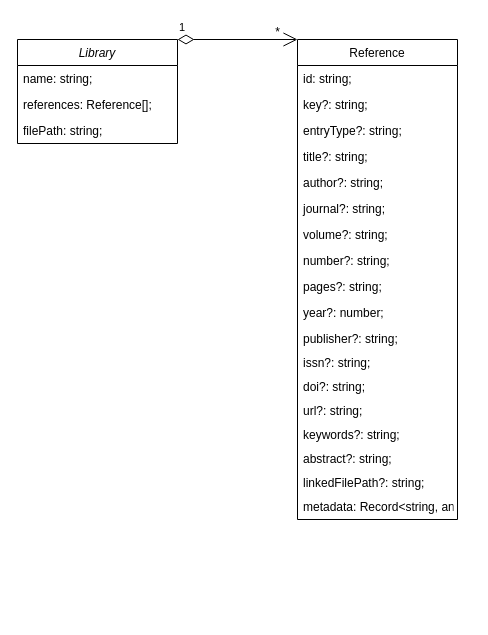
Earlier version of the draw.io diagram doc/UML.drawio (zezosarg/bibliography-manager). Source tidied: cells renumbered, new cells numbered last; positions are measured from the earlier drawing's top-left corner, leaving out a move shared by most shapes. Both pictures are drawn from the tidied source at 100%, with x=0, y=0 at pixel (17, 17).
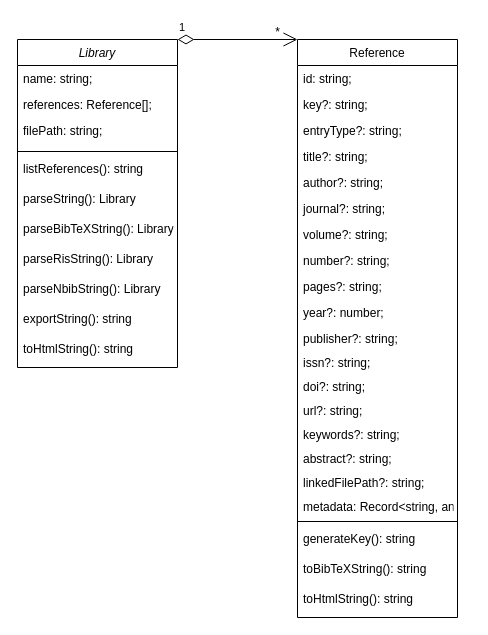
Above is the later version.

The edit, as a diff of the source:
```diff
@@
     <mxCell id="2" value="Library" style="swimlane;fontStyle=2;align=center;verticalAlign=top;horizontal=1;startSize=26;rounded=0;shadow=0;strokeWidth=1;" parent="1" vertex="1">
-      <mxGeometry y="22" width="160" height="104" as="geometry" />
+      <mxGeometry y="22" width="160" height="328" as="geometry" />
     </mxCell>
@@
     <mxCell id="5" value="  filePath: string;&#10;&#10;&#10;&#10;" style="text;align=left;verticalAlign=top;spacingLeft=4;spacingRight=4;overflow=hidden;" parent="2" vertex="1">
-      <mxGeometry y="78" width="160" height="26" as="geometry" />
+      <mxGeometry y="78" width="160" height="30" as="geometry" />
     </mxCell>
+    <mxCell id="27" style="line;strokeWidth=1;fillColor=none;align=left;verticalAlign=middle;spacingTop=-1;spacingLeft=3;spacingRight=3;labelPosition=right;strokeColor=inherit;" parent="2" vertex="1">
+      <mxGeometry y="108" width="160" height="8" as="geometry" />
+    </mxCell>
+    <mxCell id="28" value="listReferences(): string&#10;&#10;&#10;&#10;" style="text;align=left;verticalAlign=top;spacingLeft=4;spacingRight=4;overflow=hidden;" parent="2" vertex="1">
+      <mxGeometry y="116" width="160" height="30" as="geometry" />
+    </mxCell>
+    <mxCell id="29" value="parseString(): Library" style="text;align=left;verticalAlign=top;spacingLeft=4;spacingRight=4;overflow=hidden;" parent="2" vertex="1">
+      <mxGeometry y="146" width="160" height="30" as="geometry" />
+    </mxCell>
+    <mxCell id="30" value="parseBibTeXString(): Library" style="text;align=left;verticalAlign=top;spacingLeft=4;spacingRight=4;overflow=hidden;" parent="2" vertex="1">
+      <mxGeometry y="176" width="160" height="30" as="geometry" />
+    </mxCell>
+    <mxCell id="31" value="parseRisString(): Library" style="text;align=left;verticalAlign=top;spacingLeft=4;spacingRight=4;overflow=hidden;" parent="2" vertex="1">
+      <mxGeometry y="206" width="160" height="30" as="geometry" />
+    </mxCell>
+    <mxCell id="32" value="parseNbibString(): Library" style="text;align=left;verticalAlign=top;spacingLeft=4;spacingRight=4;overflow=hidden;" parent="2" vertex="1">
+      <mxGeometry y="236" width="160" height="30" as="geometry" />
+    </mxCell>
+    <mxCell id="33" value="exportString(): string" style="text;align=left;verticalAlign=top;spacingLeft=4;spacingRight=4;overflow=hidden;" parent="2" vertex="1">
+      <mxGeometry y="266" width="160" height="30" as="geometry" />
+    </mxCell>
+    <mxCell id="34" value="  toHtmlString(): string" style="text;align=left;verticalAlign=top;spacingLeft=4;spacingRight=4;overflow=hidden;" parent="2" vertex="1">
+      <mxGeometry y="296" width="160" height="30" as="geometry" />
+    </mxCell>
     <mxCell id="6" value="Reference" style="swimlane;fontStyle=0;align=center;verticalAlign=top;horizontal=1;startSize=26;rounded=0;shadow=0;strokeWidth=1;" parent="1" vertex="1">
-      <mxGeometry x="280" y="22" width="160" height="480" as="geometry" />
+      <mxGeometry x="280" y="22" width="160" height="578" as="geometry" />
     </mxCell>
@@
+    <mxCell id="35" style="line;strokeWidth=1;fillColor=none;align=left;verticalAlign=middle;spacingTop=-1;spacingLeft=3;spacingRight=3;labelPosition=right;strokeColor=inherit;" parent="6" vertex="1">
+      <mxGeometry y="478" width="160" height="8" as="geometry" />
+    </mxCell>
+    <mxCell id="36" value="generateKey(): string" style="text;align=left;verticalAlign=top;spacingLeft=4;spacingRight=4;overflow=hidden;" parent="6" vertex="1">
+      <mxGeometry y="486" width="160" height="30" as="geometry" />
+    </mxCell>
+    <mxCell id="37" value="toBibTeXString(): string" style="text;align=left;verticalAlign=top;spacingLeft=4;spacingRight=4;overflow=hidden;" parent="6" vertex="1">
+      <mxGeometry y="516" width="160" height="30" as="geometry" />
+    </mxCell>
+    <mxCell id="38" value="toHtmlString(): string" style="text;align=left;verticalAlign=top;spacingLeft=4;spacingRight=4;overflow=hidden;" parent="6" vertex="1">
+      <mxGeometry y="546" width="160" height="30" as="geometry" />
+    </mxCell>
```
